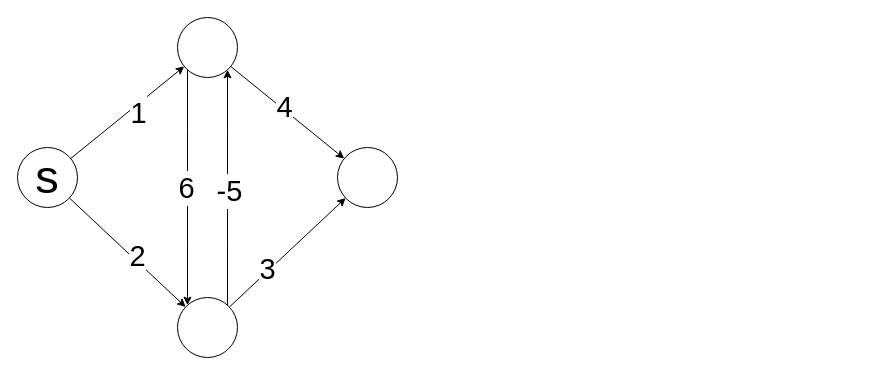
Earlier version of the draw.io diagram dijkstraexample.drawio (JelteDirks/2ilc0). Source tidied: cells renumbered, new cells numbered last; positions are measured from the earlier drawing's top-left corner, leaving out a move shared by most shapes. Both pictures are drawn from the tidied source at 100%, with x=0, y=0 at pixel (17, 17).
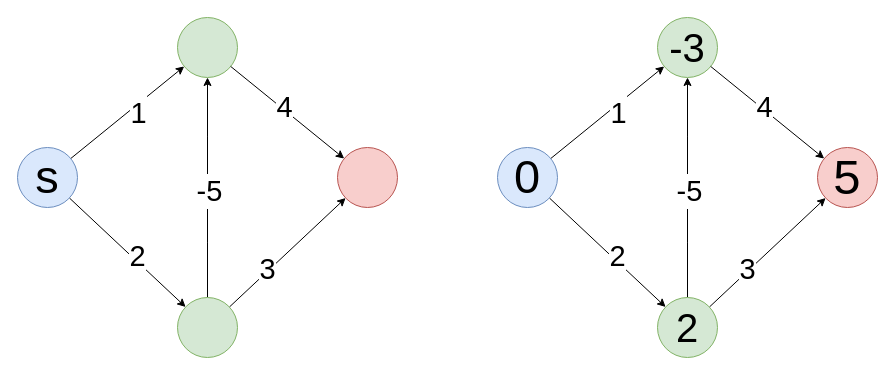
The same page after the edit.

Commit message:
major update, its correct now

Change to the diagram source:
```diff
@@
-    <mxCell id="6" value="&lt;font style=&quot;font-size: 47px;&quot;&gt;s&lt;/font&gt;" style="ellipse;whiteSpace=wrap;html=1;" parent="1" vertex="1">
+    <mxCell id="6" value="&lt;font style=&quot;font-size: 47px;&quot;&gt;s&lt;/font&gt;" style="ellipse;whiteSpace=wrap;html=1;fillColor=#dae8fc;strokeColor=#6c8ebf;" parent="1" vertex="1">
       <mxGeometry y="130" width="60" height="60" as="geometry" />
     </mxCell>
-    <mxCell id="7" style="edgeStyle=orthogonalEdgeStyle;rounded=0;jettySize=auto;html=1;fontSize=29;curved=1;" parent="1" edge="1" source="9" target="14">
-      <mxGeometry relative="1" as="geometry">
-        <Array as="points">
-          <mxPoint x="170" y="170" />
-          <mxPoint x="170" y="170" />
-        </Array>
-      </mxGeometry>
-    </mxCell>
-    <mxCell id="8" value="6" style="edgeLabel;html=1;align=center;verticalAlign=middle;fontSize=29;" parent="7" vertex="1">
-      <mxGeometry y="-2" relative="1" as="geometry" />
-    </mxCell>
-    <mxCell id="9" style="ellipse;whiteSpace=wrap;html=1;" parent="1" vertex="1">
+    <mxCell id="9" style="ellipse;whiteSpace=wrap;html=1;fillColor=#d5e8d4;strokeColor=#82b366;" parent="1" vertex="1">
       <mxGeometry x="160" width="60" height="60" as="geometry" />
     </mxCell>
@@
     <mxCell id="12" style="edgeStyle=orthogonalEdgeStyle;rounded=0;jettySize=auto;html=1;fontSize=29;curved=1;" parent="1" edge="1" source="14" target="9">
       <mxGeometry relative="1" as="geometry">
         <Array as="points">
-          <mxPoint x="210" y="170" />
-          <mxPoint x="210" y="170" />
+          <mxPoint x="190" y="170" />
+          <mxPoint x="190" y="170" />
         </Array>
       </mxGeometry>
     </mxCell>
@@
-    <mxCell id="14" style="ellipse;whiteSpace=wrap;html=1;" parent="1" vertex="1">
+    <mxCell id="14" style="ellipse;whiteSpace=wrap;html=1;fillColor=#d5e8d4;strokeColor=#82b366;" parent="1" vertex="1">
       <mxGeometry x="160" y="280" width="60" height="60" as="geometry" />
     </mxCell>
@@
-    <mxCell id="17" style="ellipse;whiteSpace=wrap;html=1;" parent="1" vertex="1">
+    <mxCell id="17" style="ellipse;whiteSpace=wrap;html=1;fillColor=#f8cecc;strokeColor=#b85450;" parent="1" vertex="1">
       <mxGeometry x="320" y="130" width="60" height="60" as="geometry" />
     </mxCell>
+    <mxCell id="18" style="rounded=0;jettySize=auto;html=1;fontSize=47;" parent="1" edge="1" source="22" target="23">
+      <mxGeometry relative="1" as="geometry" />
+    </mxCell>
+    <mxCell id="19" value="&lt;font style=&quot;font-size: 29px;&quot;&gt;1&lt;/font&gt;" style="edgeLabel;html=1;align=center;verticalAlign=middle;fontSize=47;" parent="18" vertex="1">
+      <mxGeometry x="0.16" y="-2" relative="1" as="geometry" />
+    </mxCell>
+    <mxCell id="20" style="edgeStyle=none;rounded=0;jettySize=auto;html=1;fontSize=47;" parent="1" edge="1" source="22" target="28">
+      <mxGeometry relative="1" as="geometry" />
+    </mxCell>
+    <mxCell id="21" value="2" style="edgeLabel;html=1;align=center;verticalAlign=middle;fontSize=29;" parent="20" vertex="1">
+      <mxGeometry x="0.11" y="3" relative="1" as="geometry">
+        <mxPoint x="1" as="offset" />
+      </mxGeometry>
+    </mxCell>
+    <mxCell id="22" value="&lt;font style=&quot;font-size: 47px;&quot;&gt;0&lt;/font&gt;" style="ellipse;whiteSpace=wrap;html=1;fillColor=#dae8fc;strokeColor=#6c8ebf;" parent="1" vertex="1">
+      <mxGeometry x="480" y="130" width="60" height="60" as="geometry" />
+    </mxCell>
+    <mxCell id="23" value="&lt;font style=&quot;font-size: 40px;&quot;&gt;-3&lt;/font&gt;" style="ellipse;whiteSpace=wrap;html=1;fillColor=#d5e8d4;strokeColor=#82b366;" parent="1" vertex="1">
+      <mxGeometry x="640" width="60" height="60" as="geometry" />
+    </mxCell>
+    <mxCell id="24" style="edgeStyle=none;rounded=0;jettySize=auto;html=1;fontSize=47;" parent="1" edge="1" source="28" target="31">
+      <mxGeometry relative="1" as="geometry" />
+    </mxCell>
+    <mxCell id="25" value="3" style="edgeLabel;html=1;align=center;verticalAlign=middle;fontSize=29;" parent="24" vertex="1">
+      <mxGeometry x="-0.33" y="2" relative="1" as="geometry" />
+    </mxCell>
+    <mxCell id="26" style="edgeStyle=orthogonalEdgeStyle;rounded=0;jettySize=auto;html=1;fontSize=29;curved=1;" parent="1" edge="1" source="28" target="23">
+      <mxGeometry relative="1" as="geometry">
+        <Array as="points">
+          <mxPoint x="670" y="170" />
+          <mxPoint x="670" y="170" />
+        </Array>
+      </mxGeometry>
+    </mxCell>
+    <mxCell id="27" value="-5" style="edgeLabel;html=1;align=center;verticalAlign=middle;fontSize=29;" parent="26" vertex="1">
+      <mxGeometry x="-0.03" y="-1" relative="1" as="geometry" />
+    </mxCell>
+    <mxCell id="28" value="&lt;font style=&quot;font-size: 40px;&quot;&gt;2&lt;/font&gt;" style="ellipse;whiteSpace=wrap;html=1;fillColor=#d5e8d4;strokeColor=#82b366;" parent="1" vertex="1">
+      <mxGeometry x="640" y="280" width="60" height="60" as="geometry" />
+    </mxCell>
+    <mxCell id="29" style="edgeStyle=none;rounded=0;jettySize=auto;html=1;fontSize=29;" parent="1" edge="1" source="23" target="31">
+      <mxGeometry relative="1" as="geometry" />
+    </mxCell>
+    <mxCell id="30" value="4" style="edgeLabel;html=1;align=center;verticalAlign=middle;fontSize=29;" parent="29" vertex="1">
+      <mxGeometry x="-0.09" y="2" relative="1" as="geometry" />
+    </mxCell>
+    <mxCell id="31" value="&lt;font style=&quot;font-size: 49px;&quot;&gt;5&lt;/font&gt;" style="ellipse;whiteSpace=wrap;html=1;fillColor=#f8cecc;strokeColor=#b85450;" parent="1" vertex="1">
+      <mxGeometry x="800" y="130" width="60" height="60" as="geometry" />
+    </mxCell>
```
